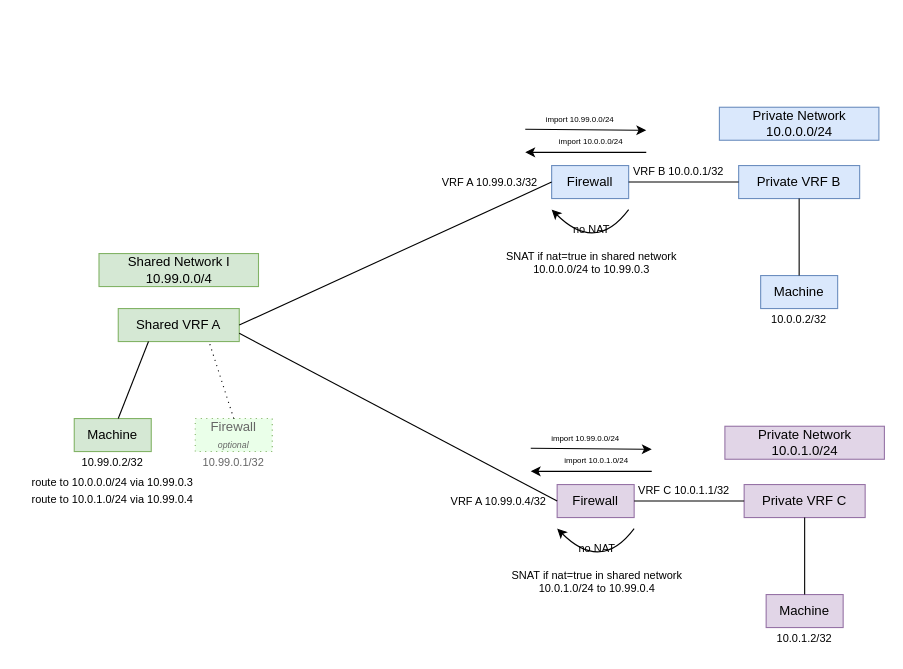
Earlier version of the draw.io diagram docs/src/development/proposals/MEP5/shared_advanced.drawio (metal-stack/docs). Source tidied: cells renumbered, new cells numbered last; positions are measured from the earlier drawing's top-left corner, leaving out a move shared by most shapes. Both pictures are drawn from the tidied source at 110%, with x=0, y=0 at pixel (19, 107).
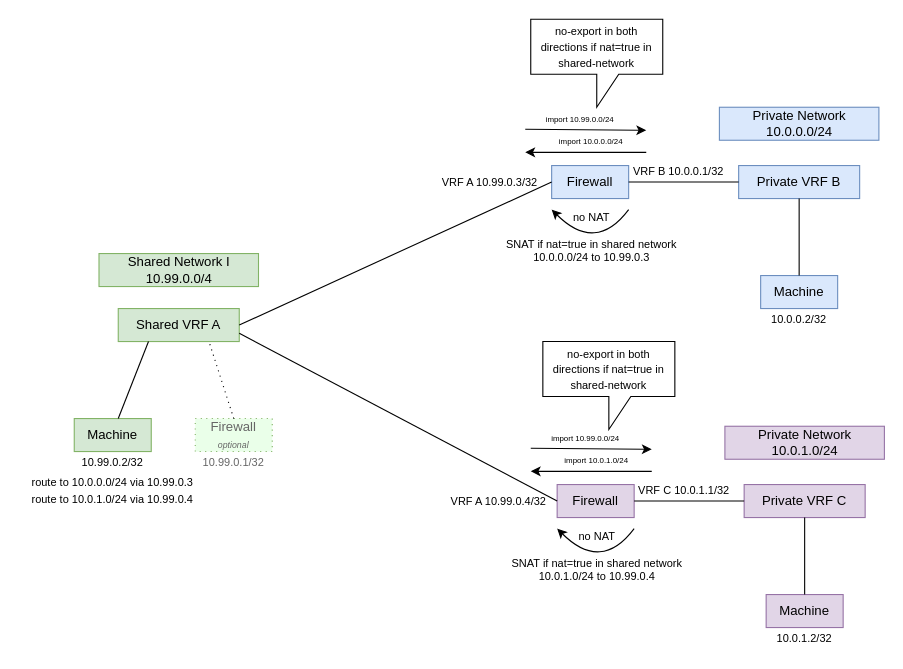
The same page after the edit.

Change to the diagram source:
```diff
@@
     <mxCell id="21" value="no NAT&lt;br&gt;&lt;br&gt;SNAT if nat=true in shared network&lt;br&gt;10.0.0.0/24 to 10.99.0.3" style="text;html=1;align=center;verticalAlign=middle;fontSize=10;" parent="1" vertex="1">
-      <mxGeometry x="435" y="104" width="170" height="50" as="geometry" />
+      <mxGeometry x="435" y="93" width="170" height="50" as="geometry" />
     </mxCell>
@@
     <mxCell id="35" value="no NAT&lt;br&gt;&lt;br&gt;SNAT if nat=true in shared network&lt;br&gt;10.0.1.0/24 to 10.99.0.4" style="text;html=1;align=center;verticalAlign=middle;fontSize=10;" parent="1" vertex="1">
-      <mxGeometry x="440" y="394" width="170" height="50" as="geometry" />
+      <mxGeometry x="440" y="383" width="170" height="50" as="geometry" />
     </mxCell>
@@
+    <mxCell id="43" value="&lt;font style=&quot;font-size: 10px&quot;&gt;no-export in both directions if nat=true in shared-network&lt;/font&gt;" style="shape=callout;whiteSpace=wrap;html=1;perimeter=calloutPerimeter;" parent="1" vertex="1">
+      <mxGeometry x="465" y="-80" width="120" height="80" as="geometry" />
+    </mxCell>
+    <mxCell id="44" value="&lt;font style=&quot;font-size: 10px&quot;&gt;no-export in both directions if nat=true in shared-network&lt;/font&gt;" style="shape=callout;whiteSpace=wrap;html=1;perimeter=calloutPerimeter;" parent="1" vertex="1">
+      <mxGeometry x="476" y="213" width="120" height="80" as="geometry" />
+    </mxCell>
```
